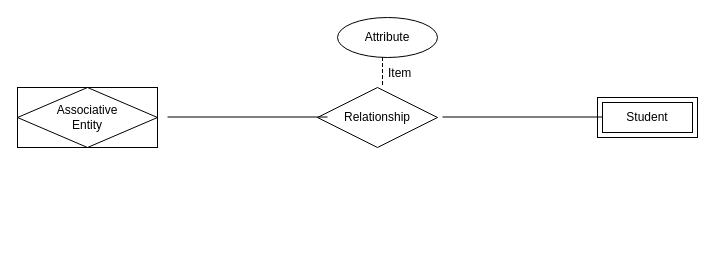
Before: test.drawio in us-ja/Data_Management, a draw.io diagram. Source tidied: cells renumbered, new cells numbered last; positions are measured from the earlier drawing's top-left corner, leaving out a move shared by most shapes. Both pictures are drawn from the tidied source at 100%, with x=0, y=0 at pixel (17, 17).
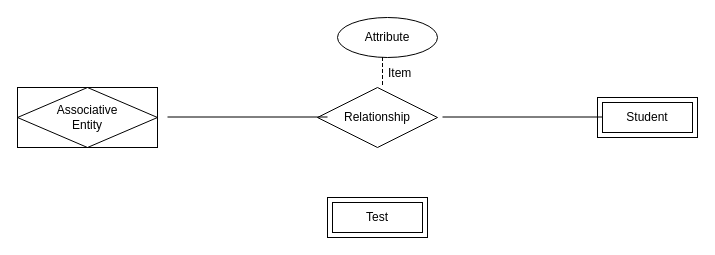
Above is the later version.

Diff of the diagram source:
```diff
@@
 <mxGraphModel>
   <root>
     <mxCell id="0" />
     <mxCell id="1" parent="0" />
     <mxCell id="2" value="Attribute" style="ellipse;whiteSpace=wrap;html=1;align=center;" parent="1" vertex="1">
       <mxGeometry x="320" width="100" height="40" as="geometry" />
     </mxCell>
     <mxCell id="3" value="Student" style="shape=ext;margin=3;double=1;whiteSpace=wrap;html=1;align=center;" parent="1" vertex="1">
       <mxGeometry x="580" y="80" width="100" height="40" as="geometry" />
     </mxCell>
     <mxCell id="4" value="Associative&#10;Entity" style="shape=associativeEntity;whiteSpace=wrap;html=1;align=center;" parent="1" vertex="1">
       <mxGeometry y="70" width="140" height="60" as="geometry" />
     </mxCell>
     <mxCell id="5" value="Relationship" style="shape=rhombus;perimeter=rhombusPerimeter;whiteSpace=wrap;html=1;align=center;" parent="1" vertex="1">
       <mxGeometry x="300" y="70" width="120" height="60" as="geometry" />
     </mxCell>
     <mxCell id="6" style="endArrow=none;html=1;rounded=0;" parent="1" edge="1">
       <mxGeometry relative="1" as="geometry">
         <mxPoint x="425" y="99.5" as="sourcePoint" />
         <mxPoint x="585" y="99.5" as="targetPoint" />
       </mxGeometry>
     </mxCell>
     <mxCell id="7" style="endArrow=none;html=1;rounded=0;" parent="1" edge="1">
       <mxGeometry relative="1" as="geometry">
         <mxPoint x="150" y="99.5" as="sourcePoint" />
         <mxPoint x="310" y="99.5" as="targetPoint" />
       </mxGeometry>
     </mxCell>
     <mxCell id="8" value="Item" style="shape=partialRectangle;fillColor=none;align=left;verticalAlign=middle;strokeColor=none;spacingLeft=34;" parent="1" vertex="1">
       <mxGeometry x="335" y="40" width="90" height="30" as="geometry" />
     </mxCell>
     <mxCell id="9" style="shape=partialRectangle;top=0;left=0;bottom=0;fillColor=none;stokeWidth=1;dashed=1;align=left;verticalAlign=middle;spacingLeft=4;spacingRight=4;overflow=hidden;" parent="8" vertex="1">
       <mxGeometry width="30" height="30" as="geometry" />
     </mxCell>
+    <mxCell id="10" value="Test" style="shape=ext;margin=3;double=1;whiteSpace=wrap;html=1;align=center;" parent="1" vertex="1">
+      <mxGeometry x="310" y="180" width="100" height="40" as="geometry" />
+    </mxCell>
   </root>
 </mxGraphModel>
```
